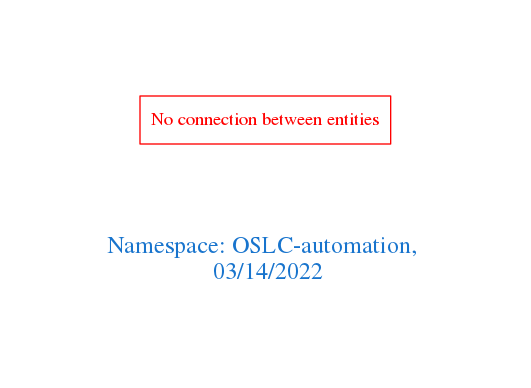
Before: downloads/OSLC-automation.png, a diagram exported from Graphviz (arago/OGIT). Its source is kept beside it as downloads/OSLC-automation.dot.
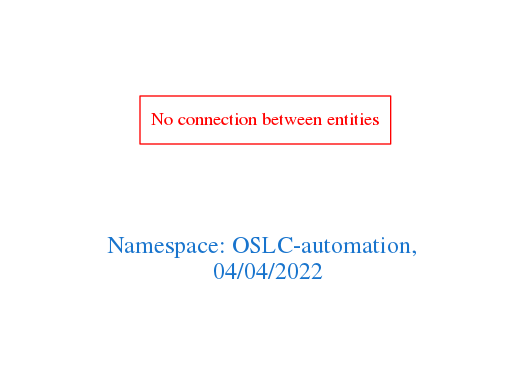
The same diagram one commit later.

What changed in the source:
```diff
@@ -1,7 +1,7 @@
 digraph OGIT_ontology {
  graph [ rankdir= LR,pad=1
 fontsize = 18,
-fontcolor= dodgerblue3,label = "\n\n\nNamespace: OSLC-automation, \n 03/14/2022"];
+fontcolor= dodgerblue3,label = "\n\n\nNamespace: OSLC-automation, \n 04/04/2022"];
 node[shape=polygon];
 edge [  color="gray81"];
 
```
